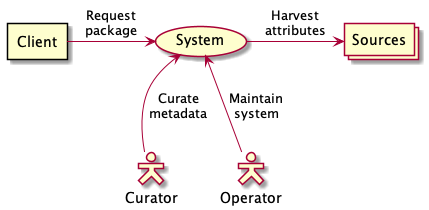
Above: docs/context.png in philips-software/bom-base (PlantUML), before the change.
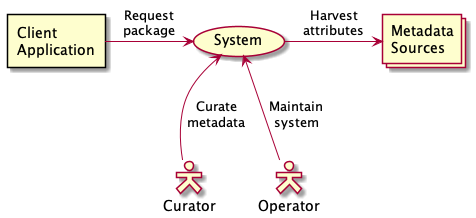
Above is the later version.

The edit, as a diff of the source:
```diff
@@ -4,8 +4,8 @@
 
 actor Curator
 actor Operator
-rectangle Client
-collections Sources
+rectangle "Client\nApplication" as Client
+collections "Metadata\nSources" as Sources
 
 usecase System
 
```
